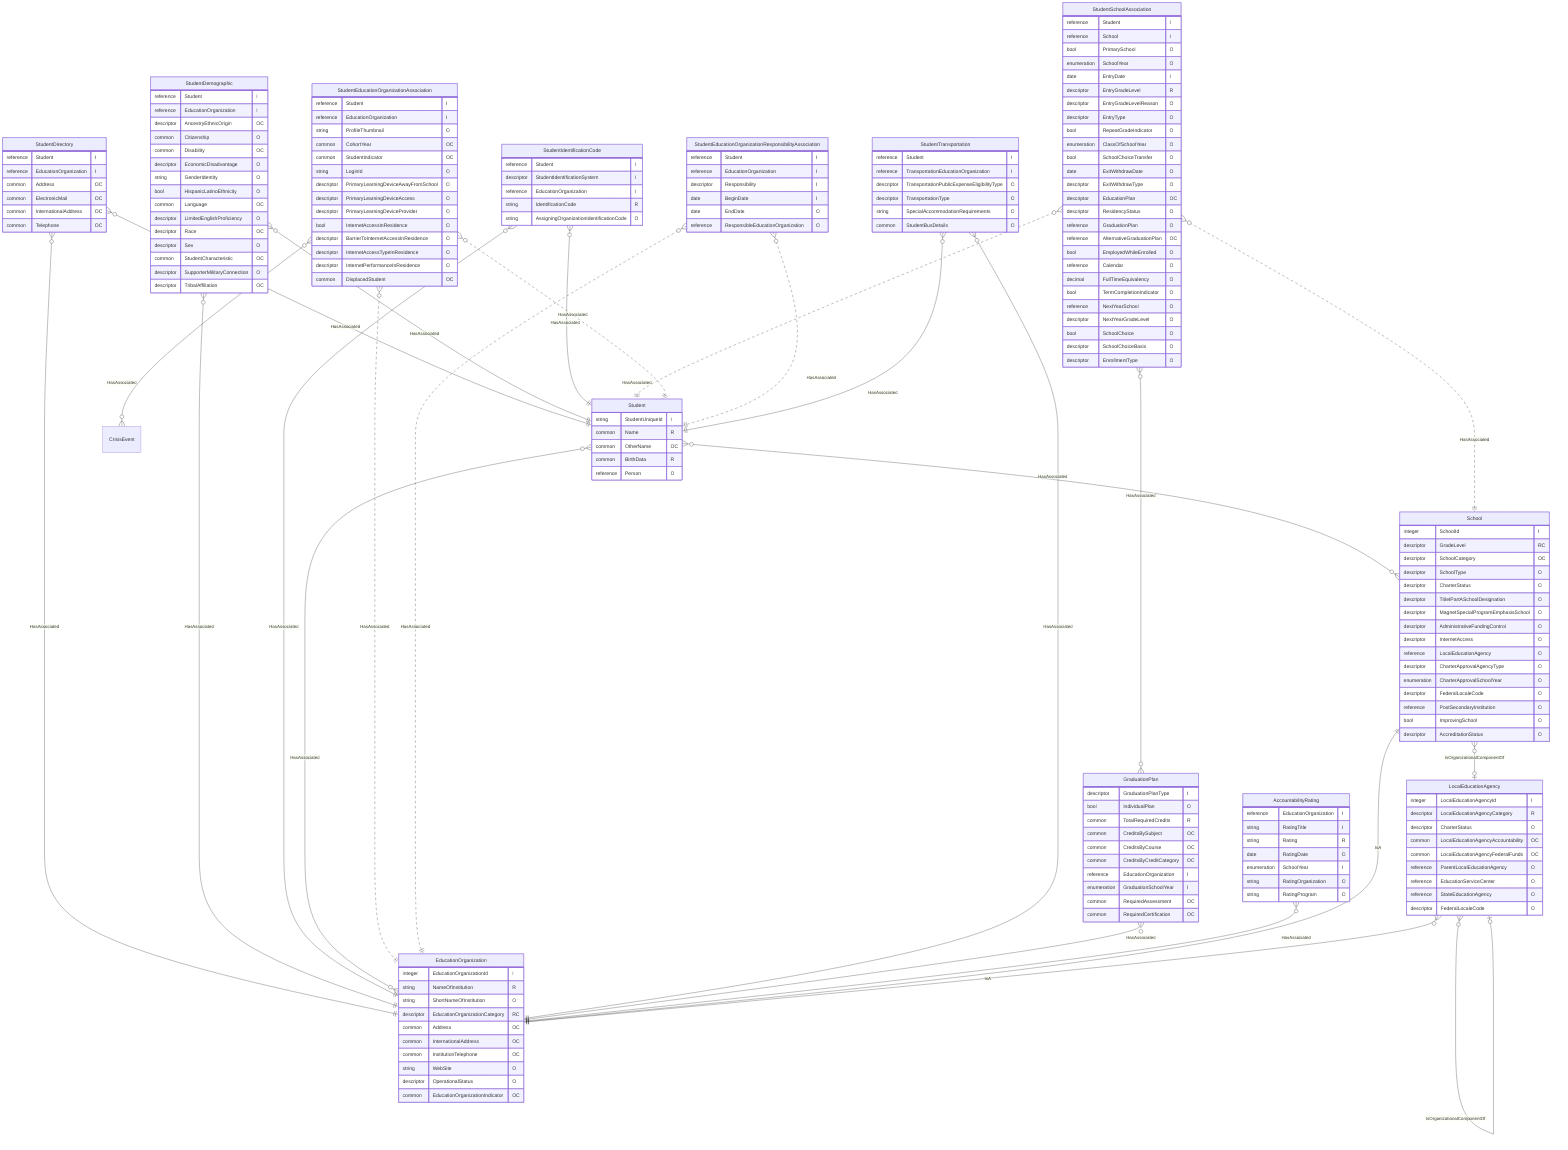
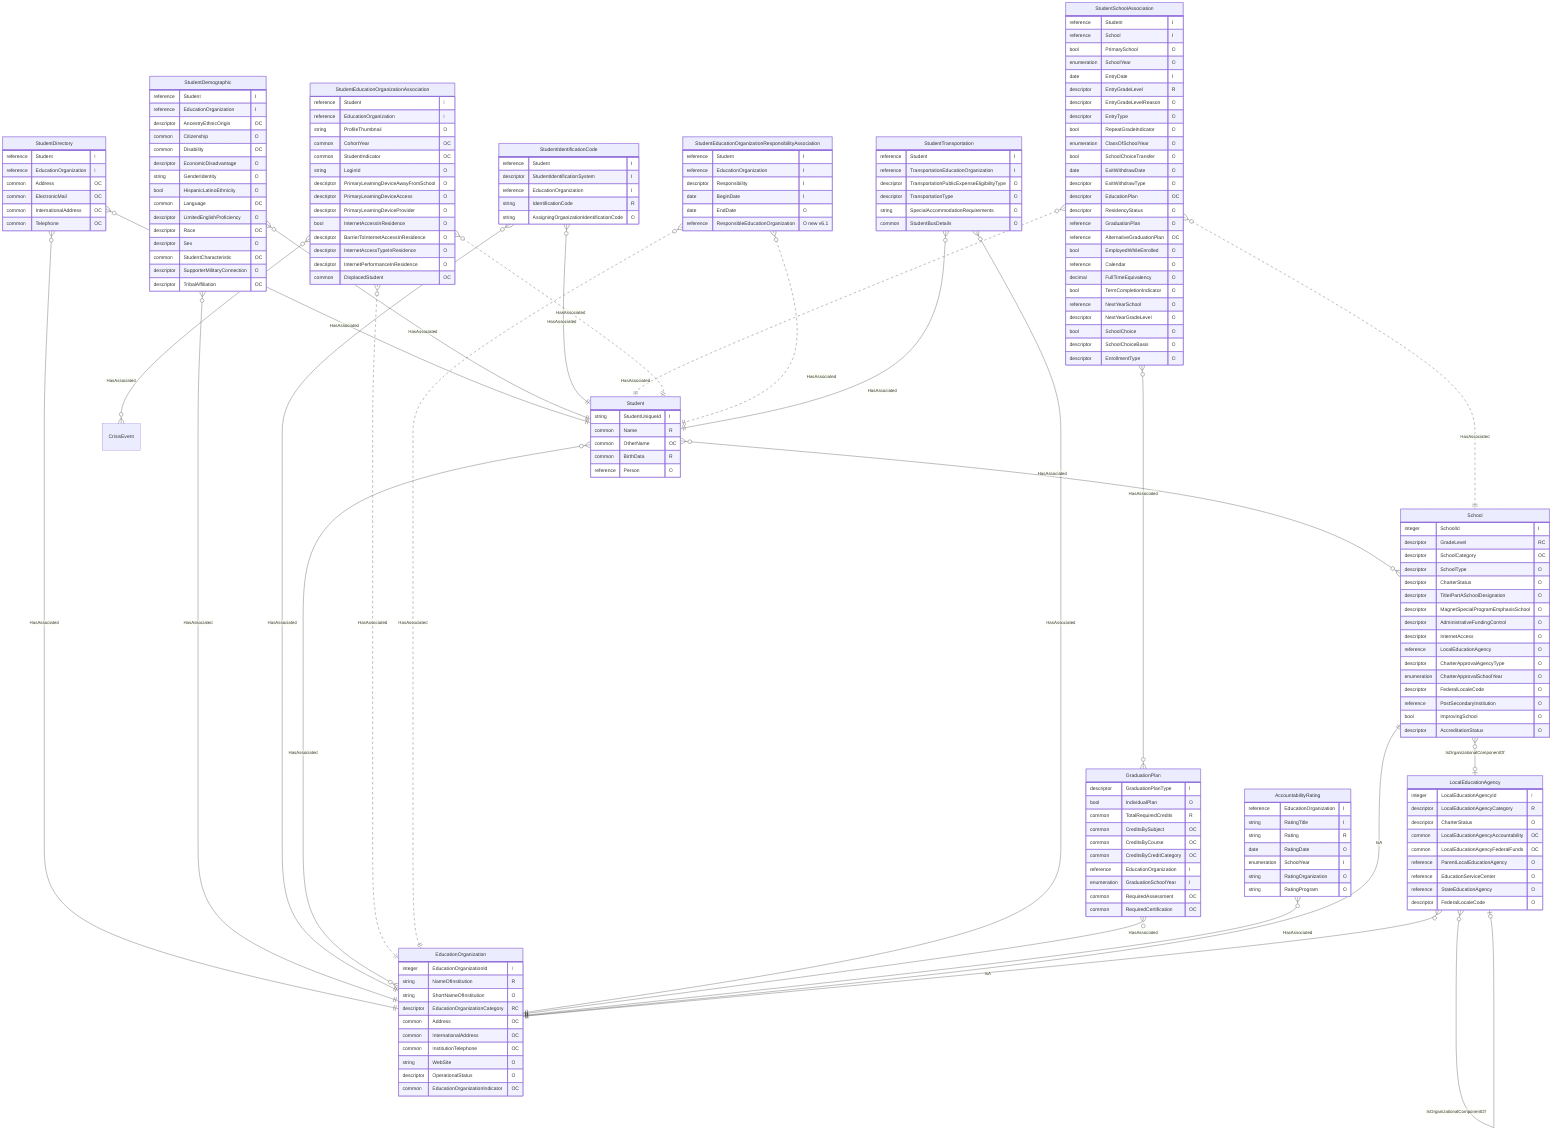
﻿erDiagram
    Student {
        string StudentUniqueId "I"
        common Name "R"
        common OtherName "OC"
        common BirthData "R"
        reference Person "O"
    }
    StudentDirectory {
        reference Student "I"
        reference EducationOrganization "I"
        common Address "OC"
        common ElectronicMail "OC"
        common InternationalAddress "OC"
        common Telephone "OC"
    }
    StudentDemographic {
        reference Student "I"
        reference EducationOrganization "I"
        descriptor AncestryEthnicOrigin "OC"
        common Citizenship "O"
        common Disability "OC"
        descriptor EconomicDisadvantage "O"
        string GenderIdentity "O"
        bool HispanicLatinoEthnicity "O"
        common Language "OC"
        descriptor LimitedEnglishProficiency "O"
        descriptor Race "OC"
        descriptor Sex "O"
        common StudentCharacteristic "OC"
        descriptor SupporterMilitaryConnection "O"
        descriptor TribalAffiliation "OC"
    }
    StudentIdentificationCode {
        reference Student "I"
        descriptor StudentIdentificationSystem "I"
        reference EducationOrganization "I"
        string IdentificationCode "R"
        string AssigningOrganizationIdentificationCode "O"
    }
    StudentSchoolAssociation {
        reference Student "I"
        reference School "I"
        bool PrimarySchool "O"
        enumeration SchoolYear "O"
        date EntryDate "I"
        descriptor EntryGradeLevel "R"
        descriptor EntryGradeLevelReason "O"
        descriptor EntryType "O"
        bool RepeatGradeIndicator "O"
        enumeration ClassOfSchoolYear "O"
        bool SchoolChoiceTransfer "O"
        date ExitWithdrawDate "O"
        descriptor ExitWithdrawType "O"
        descriptor EducationPlan "OC"
        descriptor ResidencyStatus "O"
        reference GraduationPlan "O"
        reference AlternativeGraduationPlan "OC"
        bool EmployedWhileEnrolled "O"
        reference Calendar "O"
        decimal FullTimeEquivalency "O"
        bool TermCompletionIndicator "O"
        reference NextYearSchool "O"
        descriptor NextYearGradeLevel "O"
        bool SchoolChoice "O"
        descriptor SchoolChoiceBasis "O"
        descriptor EnrollmentType "O"
    }
    StudentEducationOrganizationAssociation {
        reference Student "I"
        reference EducationOrganization "I"
        string ProfileThumbnail "O"
        common CohortYear "OC"
        common StudentIndicator "OC"
        string LoginId "O"
        descriptor PrimaryLearningDeviceAwayFromSchool "O"
        descriptor PrimaryLearningDeviceAccess "O"
        descriptor PrimaryLearningDeviceProvider "O"
        bool InternetAccessInResidence "O"
        descriptor BarrierToInternetAccessInResidence "O"
        descriptor InternetAccessTypeInResidence "O"
        descriptor InternetPerformanceInResidence "O"
        common DisplacedStudent "OC"
    }
    StudentEducationOrganizationResponsibilityAssociation {
        reference Student "I"
        reference EducationOrganization "I"
        descriptor Responsibility "I"
        date BeginDate "I"
        date EndDate "O"
-         reference ResponsibleEducationOrganization "O"
+         reference ResponsibleEducationOrganization "O new v6.1"
    }
    GraduationPlan {
        descriptor GraduationPlanType "I"
        bool IndividualPlan "O"
        common TotalRequiredCredits "R"
        common CreditsBySubject "OC"
        common CreditsByCourse "OC"
        common CreditsByCreditCategory "OC"
        reference EducationOrganization "I"
        enumeration GraduationSchoolYear "I"
        common RequiredAssessment "OC"
        common RequiredCertification "OC"
    }
    CrisisEvent {
    }
    StudentTransportation {
        reference Student "I"
        reference TransportationEducationOrganization "I"
        descriptor TransportationPublicExpenseEligibilityType "O"
        descriptor TransportationType "O"
        string SpecialAccommodationRequirements "O"
        common StudentBusDetails "O"
    }
    AccountabilityRating {
        reference EducationOrganization "I"
        string RatingTitle "I"
        string Rating "R"
        date RatingDate "O"
        enumeration SchoolYear "I"
        string RatingOrganization "O"
        string RatingProgram "O"
    }
    EducationOrganization {
        integer EducationOrganizationId "I"
        string NameOfInstitution "R"
        string ShortNameOfInstitution "O"
        descriptor EducationOrganizationCategory "RC"
        common Address "OC"
        common InternationalAddress "OC"
        common InstitutionTelephone "OC"
        string WebSite "O"
        descriptor OperationalStatus "O"
        common EducationOrganizationIndicator "OC"
    }
    LocalEducationAgency {
        integer LocalEducationAgencyId "I"
        descriptor LocalEducationAgencyCategory "R"
        descriptor CharterStatus "O"
        common LocalEducationAgencyAccountability "OC"
        common LocalEducationAgencyFederalFunds "OC"
        reference ParentLocalEducationAgency "O"
        reference EducationServiceCenter "O"
        reference StateEducationAgency "O"
        descriptor FederalLocaleCode "O"
    }
    School {
        integer SchoolId "I"
        descriptor GradeLevel "RC"
        descriptor SchoolCategory "OC"
        descriptor SchoolType "O"
        descriptor CharterStatus "O"
        descriptor TitleIPartASchoolDesignation "O"
        descriptor MagnetSpecialProgramEmphasisSchool "O"
        descriptor AdministrativeFundingControl "O"
        descriptor InternetAccess "O"
        reference LocalEducationAgency "O"
        descriptor CharterApprovalAgencyType "O"
        enumeration CharterApprovalSchoolYear "O"
        descriptor FederalLocaleCode "O"
        reference PostSecondaryInstitution "O"
        bool ImprovingSchool "O"
        descriptor AccreditationStatus "O"
    }
    StudentDirectory }o--|| Student : "HasAssociated"
    StudentDirectory }o--|| EducationOrganization : "HasAssociated"
    StudentDemographic }o--|| Student : "HasAssociated"
    StudentDemographic }o--|| EducationOrganization : "HasAssociated"
    StudentIdentificationCode }o--|| Student : "HasAssociated"
    StudentIdentificationCode }o--|| EducationOrganization : "HasAssociated"
    Student }o--o{ EducationOrganization : "HasAssociated"
    Student }o--o{ School : "HasAssociated"
    StudentSchoolAssociation }o..|| Student : "HasAssociated"
    StudentSchoolAssociation }o..|| School : "HasAssociated"
    StudentSchoolAssociation }o--}o GraduationPlan : "HasAssociated"
    StudentEducationOrganizationAssociation }o..|| Student : "HasAssociated"
    StudentEducationOrganizationAssociation }o..|| EducationOrganization : "HasAssociated"
    StudentEducationOrganizationAssociation }o--o{ CrisisEvent : "HasAssociated"
    StudentEducationOrganizationResponsibilityAssociation }o..|| Student : "HasAssociated"
    StudentEducationOrganizationResponsibilityAssociation }o..|| EducationOrganization : "HasAssociated"
    StudentTransportation }o--|| Student : "HasAssociated"
    StudentTransportation }o--|| EducationOrganization : "HasAssociated"
    GraduationPlan }o--|| EducationOrganization : "HasAssociated"
    AccountabilityRating }o--|| EducationOrganization : "HasAssociated"
    School ||--|| EducationOrganization : "IsA"
    School }o--o| LocalEducationAgency : "IsOrganizationalComponentOf"
    LocalEducationAgency }o--|| EducationOrganization : "IsA"
    LocalEducationAgency }o--o| LocalEducationAgency : "IsOrganizationalComponentOf"